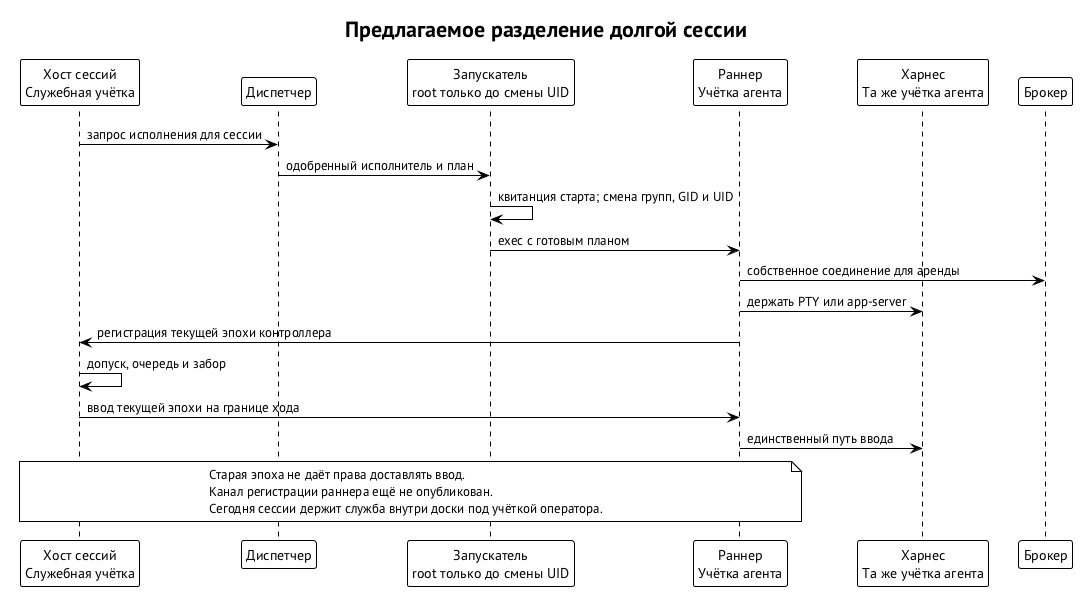
The PlantUML diagram book/diagrams/long-session-goals.png in relux-works/swarma-docs, before a commit. Its diagram source:
```plantuml
@startuml long-session-goals
!theme plain
skinparam defaultFontName "PT Sans"
skinparam shadowing false
title Предлагаемое разделение долгой сессии
participant "Хост сессий\nСлужебная учётка" as H
participant "Диспетчер" as D
participant "Запускатель\nroot только до смены UID" as L
participant "Раннер\nУчётка агента" as R
participant "Харнес\nТа же учётка агента" as A
participant "Брокер" as B
H -> D : запрос исполнения для сессии
D -> L : одобренный исполнитель и план
L -> L : квитанция старта; смена групп, GID и UID
L -> R : exec с готовым планом
R -> B : собственное соединение для аренды
R -> A : держать PTY или app-server
R -> H : регистрация текущей эпохи контроллера
H -> H : допуск, очередь и забор
H -> R : ввод текущей эпохи на границе хода
R -> A : единственный путь ввода
note over H, R
  Старая эпоха не даёт права доставлять ввод.
  Канал регистрации раннера ещё не опубликован.
  Сегодня сессии держит служба внутри доски под учёткой оператора.
end note
@enduml
```
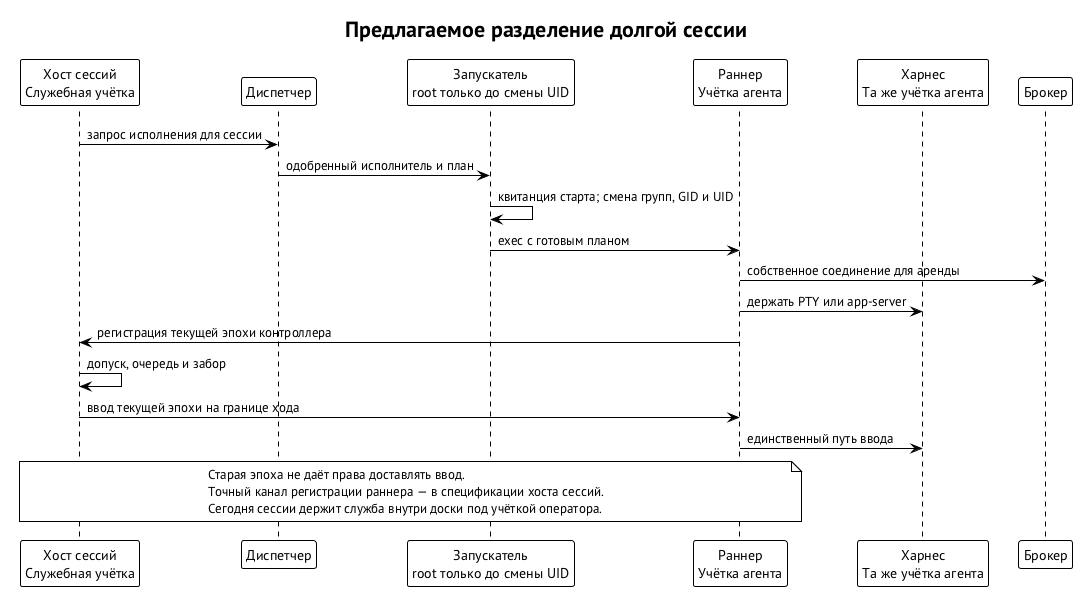
Above is the later version.

The edit, as a diff of the source:
```diff
@@ -21,7 +21,7 @@
 R -> A : единственный путь ввода
 note over H, R
   Старая эпоха не даёт права доставлять ввод.
-  Канал регистрации раннера ещё не опубликован.
+  Точный канал регистрации раннера — в спецификации хоста сессий.
   Сегодня сессии держит служба внутри доски под учёткой оператора.
 end note
 @enduml
```
